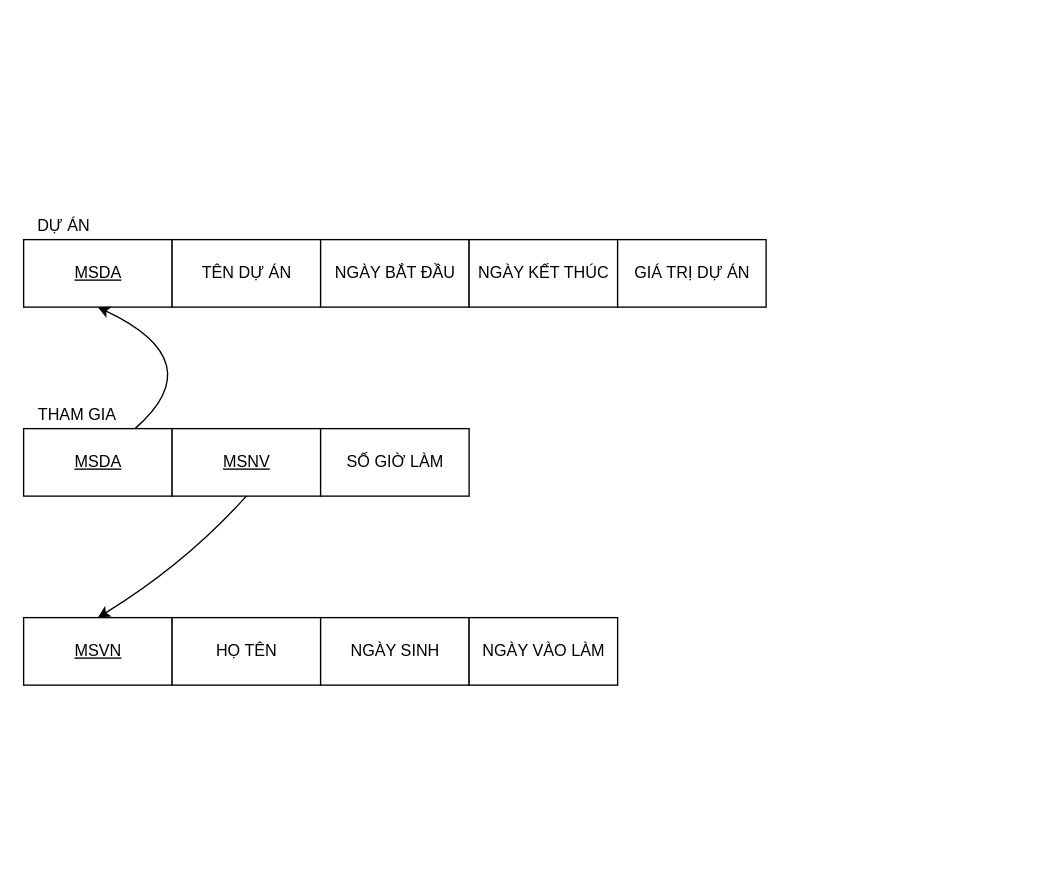
The draw.io diagram page "Ch02_02" (2 of 2) of ERD.drawio in QuangHuy2201/CSDL, before the edit. Source tidied: cells renumbered, new cells numbered last; positions are measured from the earlier drawing's top-left corner, leaving out a move shared by most shapes. Both pictures are drawn from the tidied source at 135%, with x=0, y=0 at pixel (23, 212).
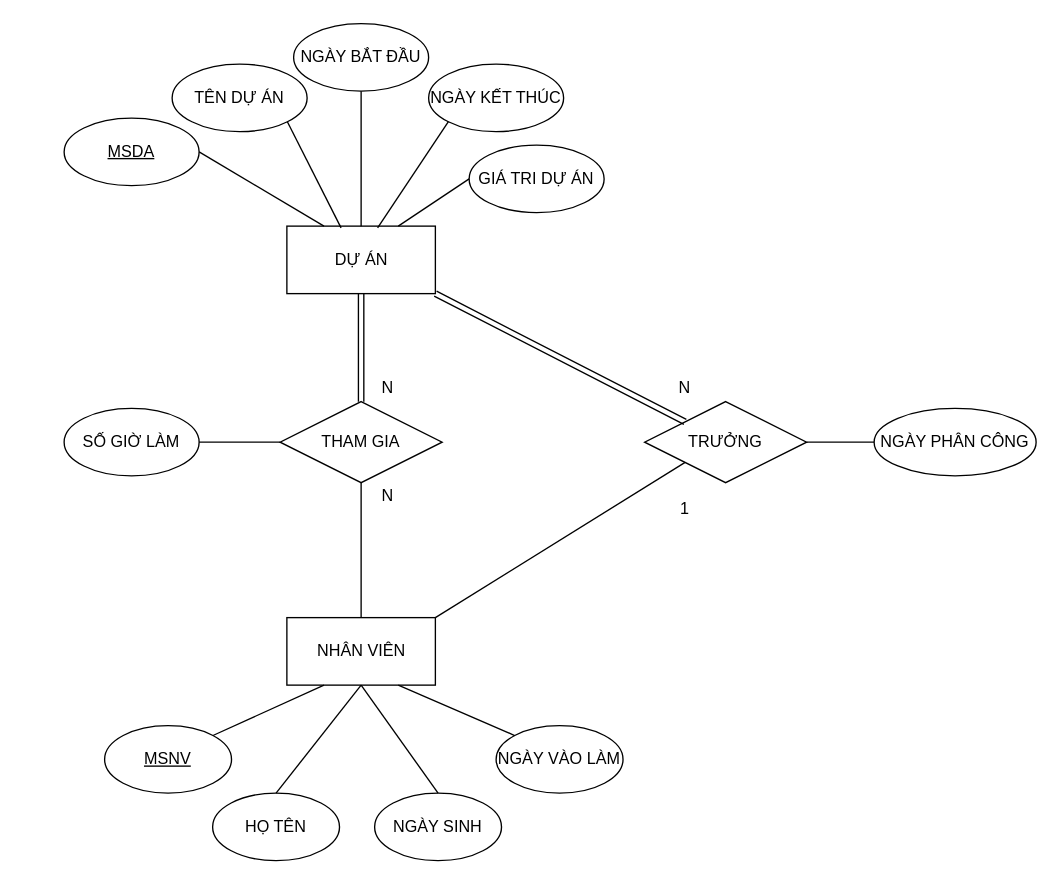
After the change.

Diff of the diagram source:
```diff
@@
-    <mxCell id="2" value="&lt;u&gt;MSDA&lt;/u&gt;" style="html=1;" parent="1" vertex="1">
-      <mxGeometry y="20" width="110" height="50" as="geometry" />
-    </mxCell>
+    <mxCell id="7" value="DỰ ÁN" style="html=1;" parent="1" vertex="1">
+      <mxGeometry x="195" y="10" width="110" height="50" as="geometry" />
+    </mxCell>
+    <mxCell id="18" value="&lt;u&gt;MSDA&lt;br&gt;&lt;/u&gt;" style="ellipse;whiteSpace=wrap;html=1;" parent="1" vertex="1">
+      <mxGeometry x="30" y="-70" width="100" height="50" as="geometry" />
+    </mxCell>
-    <mxCell id="3" value="TÊN DỰ ÁN" style="html=1;" parent="1" vertex="1">
-      <mxGeometry x="110" y="20" width="110" height="50" as="geometry" />
+    <mxCell id="3" value="TÊN DỰ ÁN" style="ellipse;whiteSpace=wrap;html=1;" parent="1" vertex="1">
+      <mxGeometry x="110" y="-110" width="100" height="50" as="geometry" />
     </mxCell>
-    <mxCell id="4" value="NGÀY BẮT ĐẦU" style="html=1;" parent="1" vertex="1">
-      <mxGeometry x="220" y="20" width="110" height="50" as="geometry" />
+    <mxCell id="4" value="NGÀY BẮT ĐẦU" style="ellipse;whiteSpace=wrap;html=1;" parent="1" vertex="1">
+      <mxGeometry x="200" y="-140" width="100" height="50" as="geometry" />
     </mxCell>
-    <mxCell id="5" value="NGÀY KẾT THÚC" style="html=1;" parent="1" vertex="1">
-      <mxGeometry x="330" y="20" width="110" height="50" as="geometry" />
+    <mxCell id="5" value="NGÀY KẾT THÚC" style="ellipse;whiteSpace=wrap;html=1;" parent="1" vertex="1">
+      <mxGeometry x="300" y="-110" width="100" height="50" as="geometry" />
     </mxCell>
-    <mxCell id="6" value="GIÁ TRỊ DỰ ÁN" style="html=1;" parent="1" vertex="1">
-      <mxGeometry x="440" y="20" width="110" height="50" as="geometry" />
-    </mxCell>
-    <mxCell id="7" value="DỰ ÁN" style="text;html=1;strokeColor=none;fillColor=none;align=center;verticalAlign=middle;whiteSpace=wrap;rounded=0;" parent="1" vertex="1">
-      <mxGeometry width="60" height="20" as="geometry" />
-    </mxCell>
+    <mxCell id="19" value="GIÁ TRI DỰ ÁN" style="ellipse;whiteSpace=wrap;html=1;" parent="1" vertex="1">
+      <mxGeometry x="330" y="-50" width="100" height="50" as="geometry" />
+    </mxCell>
+    <mxCell id="20" style="endArrow=none;html=1;entryX=1;entryY=0.5;entryDx=0;entryDy=0;exitX=0.25;exitY=0;exitDx=0;exitDy=0;" parent="1" edge="1" source="7" target="18">
+      <mxGeometry relative="1" as="geometry" />
+    </mxCell>
+    <mxCell id="21" style="endArrow=none;html=1;entryX=1;entryY=1;entryDx=0;entryDy=0;exitX=0.365;exitY=0.026;exitDx=0;exitDy=0;exitPerimeter=0;" parent="1" edge="1" source="7" target="3">
+      <mxGeometry relative="1" as="geometry" />
+    </mxCell>
+    <mxCell id="22" style="endArrow=none;html=1;entryX=0.5;entryY=1;entryDx=0;entryDy=0;exitX=0.5;exitY=0;exitDx=0;exitDy=0;" parent="1" edge="1" source="7" target="4">
+      <mxGeometry relative="1" as="geometry" />
+    </mxCell>
+    <mxCell id="23" style="endArrow=none;html=1;entryX=0;entryY=1;entryDx=0;entryDy=0;exitX=0.611;exitY=0.026;exitDx=0;exitDy=0;exitPerimeter=0;" parent="1" edge="1" source="7" target="5">
+      <mxGeometry relative="1" as="geometry" />
+    </mxCell>
+    <mxCell id="24" style="endArrow=none;html=1;entryX=0;entryY=0.5;entryDx=0;entryDy=0;exitX=0.75;exitY=0;exitDx=0;exitDy=0;" parent="1" edge="1" source="7" target="19">
+      <mxGeometry relative="1" as="geometry" />
+    </mxCell>
-    <mxCell id="8" value="THAM GIA" style="text;html=1;strokeColor=none;fillColor=none;align=center;verticalAlign=middle;whiteSpace=wrap;rounded=0;" parent="1" vertex="1">
-      <mxGeometry y="140" width="80" height="20" as="geometry" />
+    <mxCell id="8" value="THAM GIA" style="rhombus;whiteSpace=wrap;html=1;" parent="1" vertex="1">
+      <mxGeometry x="190" y="140" width="120" height="60" as="geometry" />
     </mxCell>
-    <mxCell id="9" value="&lt;u&gt;MSDA&lt;/u&gt;" style="html=1;" parent="1" vertex="1">
-      <mxGeometry y="160" width="110" height="50" as="geometry" />
-    </mxCell>
+    <mxCell id="25" value="NHÂN VIÊN" style="html=1;" parent="1" vertex="1">
+      <mxGeometry x="195" y="300" width="110" height="50" as="geometry" />
+    </mxCell>
+    <mxCell id="26" style="endArrow=none;html=1;entryX=0.5;entryY=1;entryDx=0;entryDy=0;" parent="1" edge="1" source="25" target="8">
+      <mxGeometry relative="1" as="geometry" />
+    </mxCell>
+    <mxCell id="27" style="shape=link;html=1;entryX=0.5;entryY=1;entryDx=0;entryDy=0;" parent="1" edge="1" source="8" target="7">
+      <mxGeometry relative="1" as="geometry" />
+    </mxCell>
+    <mxCell id="11" value="SỐ GIỜ LÀM" style="ellipse;whiteSpace=wrap;html=1;" parent="1" vertex="1">
+      <mxGeometry x="30" y="145" width="100" height="50" as="geometry" />
+    </mxCell>
+    <mxCell id="28" style="endArrow=none;html=1;entryX=1;entryY=0.5;entryDx=0;entryDy=0;exitX=0;exitY=0.5;exitDx=0;exitDy=0;" parent="1" edge="1" source="8" target="11">
+      <mxGeometry relative="1" as="geometry" />
+    </mxCell>
+    <mxCell id="29" style="edgeStyle=orthogonalEdgeStyle;rounded=0;orthogonalLoop=1;jettySize=auto;html=1;exitX=0.5;exitY=1;exitDx=0;exitDy=0;" parent="1" edge="1" source="11" target="11">
+      <mxGeometry relative="1" as="geometry" />
+    </mxCell>
-    <mxCell id="10" value="&lt;u&gt;MSNV&lt;/u&gt;" style="html=1;" parent="1" vertex="1">
-      <mxGeometry x="110" y="160" width="110" height="50" as="geometry" />
+    <mxCell id="10" value="&lt;u&gt;MSNV&lt;/u&gt;" style="ellipse;whiteSpace=wrap;html=1;" parent="1" vertex="1">
+      <mxGeometry x="60" y="380" width="94" height="50" as="geometry" />
     </mxCell>
-    <mxCell id="11" value="SỐ GIỜ LÀM" style="html=1;" parent="1" vertex="1">
-      <mxGeometry x="220" y="160" width="110" height="50" as="geometry" />
-    </mxCell>
-    <mxCell id="12" value="&lt;u&gt;MSVN&lt;/u&gt;" style="html=1;" parent="1" vertex="1">
-      <mxGeometry y="300" width="110" height="50" as="geometry" />
-    </mxCell>
-    <mxCell id="13" value="HỌ TÊN" style="html=1;" parent="1" vertex="1">
-      <mxGeometry x="110" y="300" width="110" height="50" as="geometry" />
+    <mxCell id="13" value="HỌ TÊN" style="ellipse;whiteSpace=wrap;html=1;" parent="1" vertex="1">
+      <mxGeometry x="140" y="430" width="94" height="50" as="geometry" />
     </mxCell>
-    <mxCell id="14" value="NGÀY SINH" style="html=1;" parent="1" vertex="1">
-      <mxGeometry x="220" y="300" width="110" height="50" as="geometry" />
+    <mxCell id="14" value="NGÀY SINH" style="ellipse;whiteSpace=wrap;html=1;" parent="1" vertex="1">
+      <mxGeometry x="260" y="430" width="94" height="50" as="geometry" />
     </mxCell>
-    <mxCell id="15" value="NGÀY VÀO LÀM" style="html=1;" parent="1" vertex="1">
-      <mxGeometry x="330" y="300" width="110" height="50" as="geometry" />
+    <mxCell id="15" value="NGÀY VÀO LÀM" style="ellipse;whiteSpace=wrap;html=1;" parent="1" vertex="1">
+      <mxGeometry x="350" y="380" width="94" height="50" as="geometry" />
     </mxCell>
-    <mxCell id="16" style="curved=1;endArrow=classic;html=1;entryX=0.5;entryY=1;entryDx=0;entryDy=0;exitX=0.75;exitY=0;exitDx=0;exitDy=0;" parent="1" edge="1" source="9" target="2">
-      <mxGeometry relative="1" as="geometry">
-        <Array as="points">
-          <mxPoint x="140" y="110" />
-        </Array>
-      </mxGeometry>
-    </mxCell>
-    <mxCell id="17" style="curved=1;endArrow=classic;html=1;entryX=0.5;entryY=0;entryDx=0;entryDy=0;exitX=0.5;exitY=1;exitDx=0;exitDy=0;" parent="1" edge="1" source="10" target="12">
-      <mxGeometry relative="1" as="geometry">
-        <Array as="points">
-          <mxPoint x="120" y="260" />
-        </Array>
-      </mxGeometry>
-    </mxCell>
+    <mxCell id="30" style="endArrow=none;html=1;entryX=0.25;entryY=1;entryDx=0;entryDy=0;exitX=1;exitY=0;exitDx=0;exitDy=0;" parent="1" edge="1" source="10" target="25">
+      <mxGeometry relative="1" as="geometry" />
+    </mxCell>
+    <mxCell id="31" style="endArrow=none;html=1;entryX=0.5;entryY=1;entryDx=0;entryDy=0;exitX=0.5;exitY=0;exitDx=0;exitDy=0;" parent="1" edge="1" source="13" target="25">
+      <mxGeometry relative="1" as="geometry" />
+    </mxCell>
+    <mxCell id="32" style="endArrow=none;html=1;entryX=0.5;entryY=1;entryDx=0;entryDy=0;exitX=0.5;exitY=0;exitDx=0;exitDy=0;" parent="1" edge="1" source="14" target="25">
+      <mxGeometry relative="1" as="geometry" />
+    </mxCell>
+    <mxCell id="33" style="endArrow=none;html=1;entryX=0.75;entryY=1;entryDx=0;entryDy=0;exitX=0;exitY=0;exitDx=0;exitDy=0;" parent="1" edge="1" source="15" target="25">
+      <mxGeometry relative="1" as="geometry" />
+    </mxCell>
+    <mxCell id="34" value="N" style="text;html=1;strokeColor=none;fillColor=none;align=center;verticalAlign=middle;whiteSpace=wrap;rounded=0;" parent="1" vertex="1">
+      <mxGeometry x="250" y="200" width="40" height="20" as="geometry" />
+    </mxCell>
+    <mxCell id="35" value="N" style="text;html=1;strokeColor=none;fillColor=none;align=center;verticalAlign=middle;whiteSpace=wrap;rounded=0;" parent="1" vertex="1">
+      <mxGeometry x="250" y="120" width="40" height="20" as="geometry" />
+    </mxCell>
+    <mxCell id="36" value="TRƯỞNG" style="rhombus;whiteSpace=wrap;html=1;" parent="1" vertex="1">
+      <mxGeometry x="460" y="140" width="120" height="60" as="geometry" />
+    </mxCell>
+    <mxCell id="37" style="endArrow=none;html=1;entryX=0;entryY=1;entryDx=0;entryDy=0;exitX=1;exitY=0;exitDx=0;exitDy=0;" parent="1" edge="1" source="25" target="36">
+      <mxGeometry relative="1" as="geometry" />
+    </mxCell>
+    <mxCell id="38" style="shape=link;html=1;entryX=0;entryY=0;entryDx=0;entryDy=0;exitX=1;exitY=1;exitDx=0;exitDy=0;" parent="1" edge="1" source="7" target="36">
+      <mxGeometry relative="1" as="geometry" />
+    </mxCell>
+    <mxCell id="39" value="N" style="text;html=1;strokeColor=none;fillColor=none;align=center;verticalAlign=middle;whiteSpace=wrap;rounded=0;" parent="1" vertex="1">
+      <mxGeometry x="470" y="120" width="40" height="20" as="geometry" />
+    </mxCell>
+    <mxCell id="40" value="1" style="text;html=1;strokeColor=none;fillColor=none;align=center;verticalAlign=middle;whiteSpace=wrap;rounded=0;" parent="1" vertex="1">
+      <mxGeometry x="470" y="210" width="40" height="20" as="geometry" />
+    </mxCell>
+    <mxCell id="41" value="NGÀY PHÂN CÔNG" style="ellipse;whiteSpace=wrap;html=1;" parent="1" vertex="1">
+      <mxGeometry x="630" y="145" width="120" height="50" as="geometry" />
+    </mxCell>
+    <mxCell id="42" style="endArrow=none;html=1;entryX=1;entryY=0.5;entryDx=0;entryDy=0;exitX=0;exitY=0.5;exitDx=0;exitDy=0;" parent="1" edge="1" source="41" target="36">
+      <mxGeometry relative="1" as="geometry" />
+    </mxCell>
```
